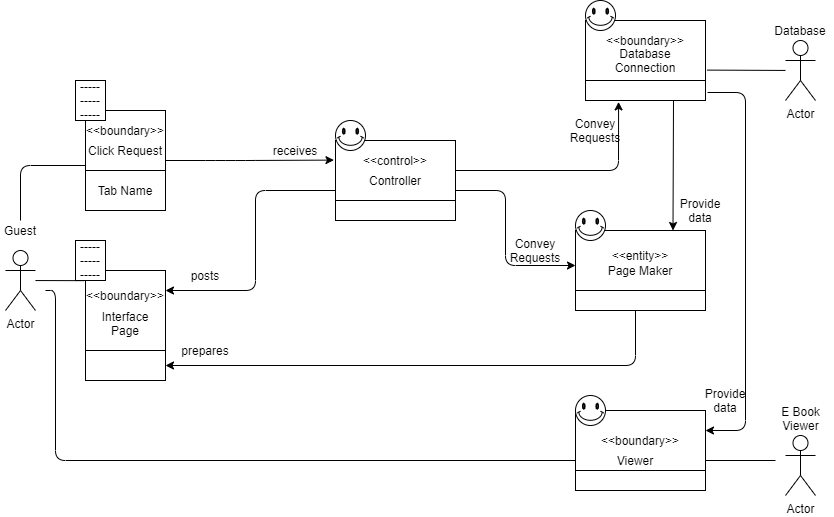
This is docs/DomainModels/diagrams/DM-UC-11.png from youngkwon02/Enhanced-library-management, a draw.io export, as it was before one commit. Source tidied: cells renumbered, new cells last; positions are measured from the earlier drawing's top-left corner, leaving out a move shared by most shapes.
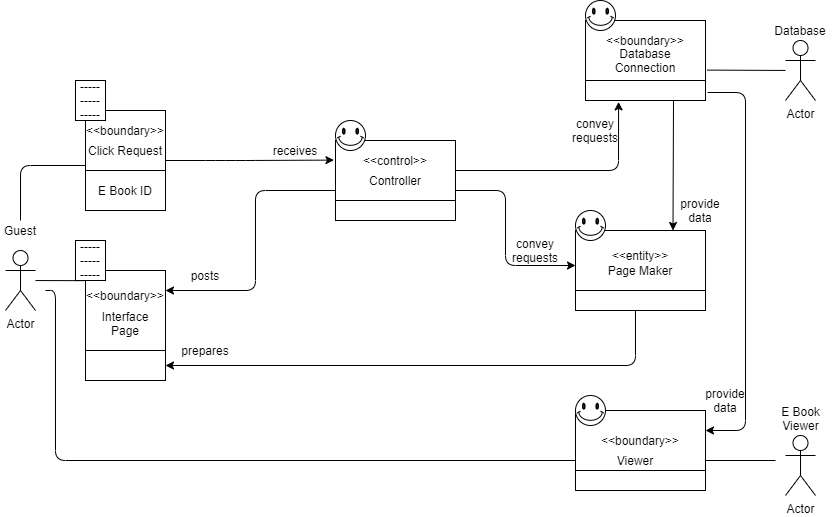
Later version of the same file.

The edit, as a diff of the source:
```diff
@@ -103,13 +103,13 @@
     <mxCell id="23" value="prepares" style="text;html=1;strokeColor=none;fillColor=none;align=center;verticalAlign=middle;whiteSpace=wrap;rounded=0;" parent="1" vertex="1">
       <mxGeometry x="185" y="340" width="40" height="20" as="geometry" />
     </mxCell>
-    <mxCell id="24" value="Convey Requests" style="text;html=1;strokeColor=none;fillColor=none;align=center;verticalAlign=middle;whiteSpace=wrap;rounded=0;" parent="1" vertex="1">
+    <mxCell id="24" value="convey requests" style="text;html=1;strokeColor=none;fillColor=none;align=center;verticalAlign=middle;whiteSpace=wrap;rounded=0;" parent="1" vertex="1">
       <mxGeometry x="515" y="240" width="40" height="20" as="geometry" />
     </mxCell>
-    <mxCell id="25" value="Convey Requests" style="text;html=1;strokeColor=none;fillColor=none;align=center;verticalAlign=middle;whiteSpace=wrap;rounded=0;" parent="1" vertex="1">
+    <mxCell id="25" value="convey requests" style="text;html=1;strokeColor=none;fillColor=none;align=center;verticalAlign=middle;whiteSpace=wrap;rounded=0;" parent="1" vertex="1">
       <mxGeometry x="575" y="120" width="40" height="20" as="geometry" />
     </mxCell>
-    <mxCell id="26" value="Provide data" style="text;html=1;strokeColor=none;fillColor=none;align=center;verticalAlign=middle;whiteSpace=wrap;rounded=0;" parent="1" vertex="1">
+    <mxCell id="26" value="provide data" style="text;html=1;strokeColor=none;fillColor=none;align=center;verticalAlign=middle;whiteSpace=wrap;rounded=0;" parent="1" vertex="1">
       <mxGeometry x="680" y="200" width="40" height="20" as="geometry" />
     </mxCell>
     <mxCell id="27" style="endArrow=none;html=1;exitX=0.5;exitY=0;exitDx=0;exitDy=0;entryX=0;entryY=0.5;entryDx=0;entryDy=0;" parent="1" edge="1" source="10">
@@ -137,7 +137,7 @@
     <mxCell id="32" value="&amp;lt;&amp;lt;boundary&amp;gt;&amp;gt;" style="text;html=1;strokeColor=none;fillColor=none;align=center;verticalAlign=middle;whiteSpace=wrap;rounded=0;" parent="1" vertex="1">
       <mxGeometry x="105" y="285" width="40" height="20" as="geometry" />
     </mxCell>
-    <mxCell id="33" value="Tab Name" style="text;html=1;strokeColor=none;fillColor=none;align=center;verticalAlign=middle;whiteSpace=wrap;rounded=0;" parent="1" vertex="1">
+    <mxCell id="33" value="E Book ID" style="text;html=1;strokeColor=none;fillColor=none;align=center;verticalAlign=middle;whiteSpace=wrap;rounded=0;" parent="1" vertex="1">
       <mxGeometry x="85" y="180" width="80" height="20" as="geometry" />
     </mxCell>
     <mxCell id="34" value="Click Request" style="text;html=1;strokeColor=none;fillColor=none;align=center;verticalAlign=middle;whiteSpace=wrap;rounded=0;" parent="1" vertex="1">
@@ -187,7 +187,7 @@
         </Array>
       </mxGeometry>
     </mxCell>
-    <mxCell id="48" value="Provide data" style="text;html=1;strokeColor=none;fillColor=none;align=center;verticalAlign=middle;whiteSpace=wrap;rounded=0;" parent="1" vertex="1">
+    <mxCell id="48" value="provide data" style="text;html=1;strokeColor=none;fillColor=none;align=center;verticalAlign=middle;whiteSpace=wrap;rounded=0;" parent="1" vertex="1">
       <mxGeometry x="705" y="390" width="40" height="20" as="geometry" />
     </mxCell>
     <mxCell id="49" style="endArrow=none;html=1;" parent="1" edge="1">
```
